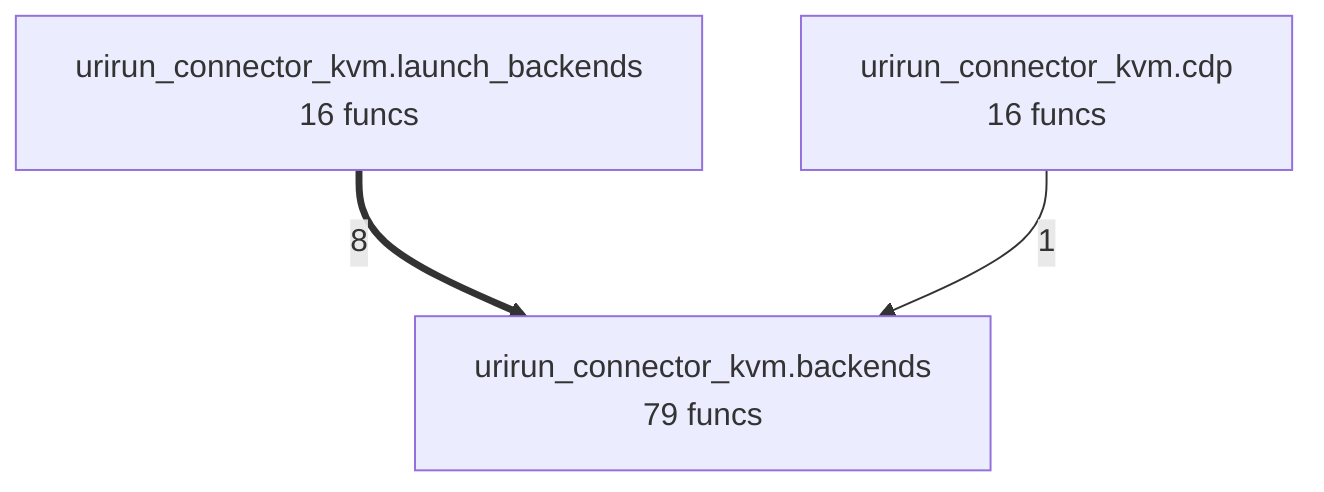
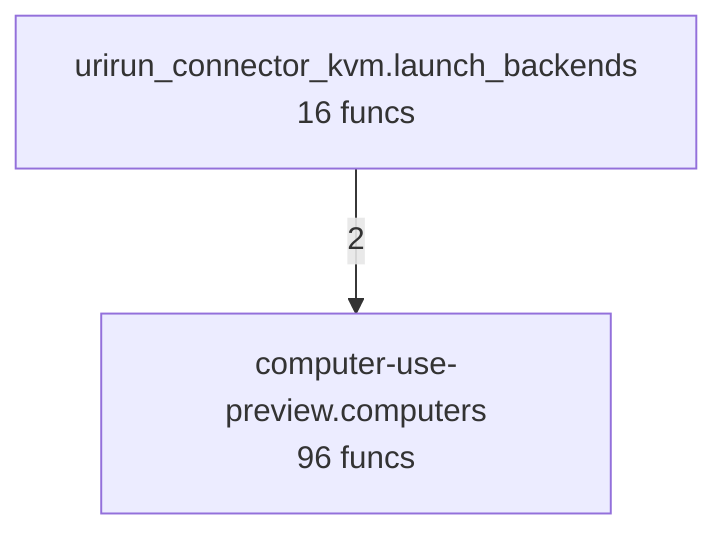
flowchart TD
%% generated in 0.01s
-     urirun_connector_kvm__backends["urirun_connector_kvm.backends<br/>79 funcs"]
-     urirun_connector_kvm__cdp["urirun_connector_kvm.cdp<br/>16 funcs"]
+     computer_use_preview__computers["computer-use-preview.computers<br/>96 funcs"]
    urirun_connector_kvm__launch_backends["urirun_connector_kvm.launch_backends<br/>16 funcs"]
-     urirun_connector_kvm__launch_backends ==>|8| urirun_connector_kvm__backends
-     urirun_connector_kvm__cdp -->|1| urirun_connector_kvm__backends
+     urirun_connector_kvm__launch_backends -->|2| computer_use_preview__computers
